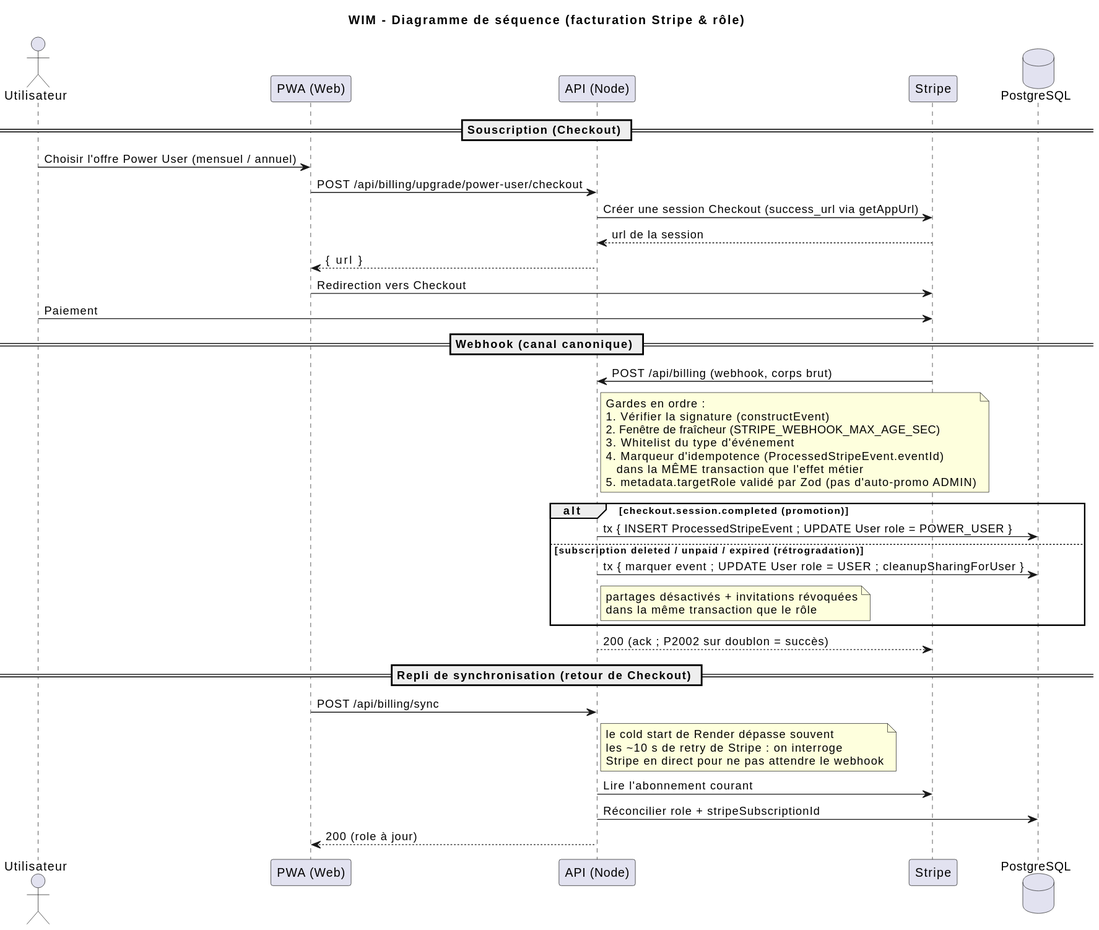
SGCSBorges/WIM keeps this PlantUML diagram as docs/uml/10-sequence-billing.svg. Above is the earlier version. Its source is kept beside it as docs/uml/10-sequence-billing.puml. Source of this version:
```plantuml
@startuml
title WIM – Diagramme de séquence (facturation Stripe & rôle)

actor "Utilisateur" as User
participant "PWA (Web)" as Web
participant "API (Node)" as API
participant "Stripe" as Stripe
database "PostgreSQL" as DB

== Souscription (Checkout) ==
User -> Web : Choisir l'offre Power User (mensuel / annuel)
Web -> API : POST /api/billing/upgrade/power-user/checkout
API -> Stripe : Créer une session Checkout (success_url via getAppUrl)
Stripe --> API : url de la session
API --> Web : { url }
Web -> Stripe : Redirection vers Checkout
User -> Stripe : Paiement

== Webhook (canal canonique) ==
Stripe -> API : POST /api/billing (webhook, corps brut)
note right of API
Gardes en ordre :
1. Vérifier la signature (constructEvent)
2. Fenêtre de fraîcheur (STRIPE_WEBHOOK_MAX_AGE_SEC)
3. Whitelist du type d'événement
4. Marqueur d'idempotence (ProcessedStripeEvent.eventId)
   dans la MÊME transaction que l'effet métier
5. metadata.targetRole validé par Zod (pas d'auto-promo ADMIN)
end note
alt checkout.session.completed (promotion)
  API -> DB : tx { INSERT ProcessedStripeEvent ; UPDATE User role = POWER_USER }
else subscription deleted / unpaid / expired (rétrogradation)
  API -> DB : tx { marquer event ; UPDATE User role = USER ; cleanupSharingForUser }
  note right of API : partages désactivés + invitations révoquées\ndans la même transaction que le rôle
end
API --> Stripe : 200 (ack ; P2002 sur doublon = succès)

== Repli de synchronisation (retour de Checkout) ==
Web -> API : POST /api/billing/sync
note right of API : le cold start de Render dépasse souvent\nles ~10 s de retry de Stripe : on interroge\nStripe en direct pour ne pas attendre le webhook
API -> Stripe : Lire l'abonnement courant
API -> DB : Réconcilier role + stripeSubscriptionId
API --> Web : 200 (role à jour)
@enduml
```
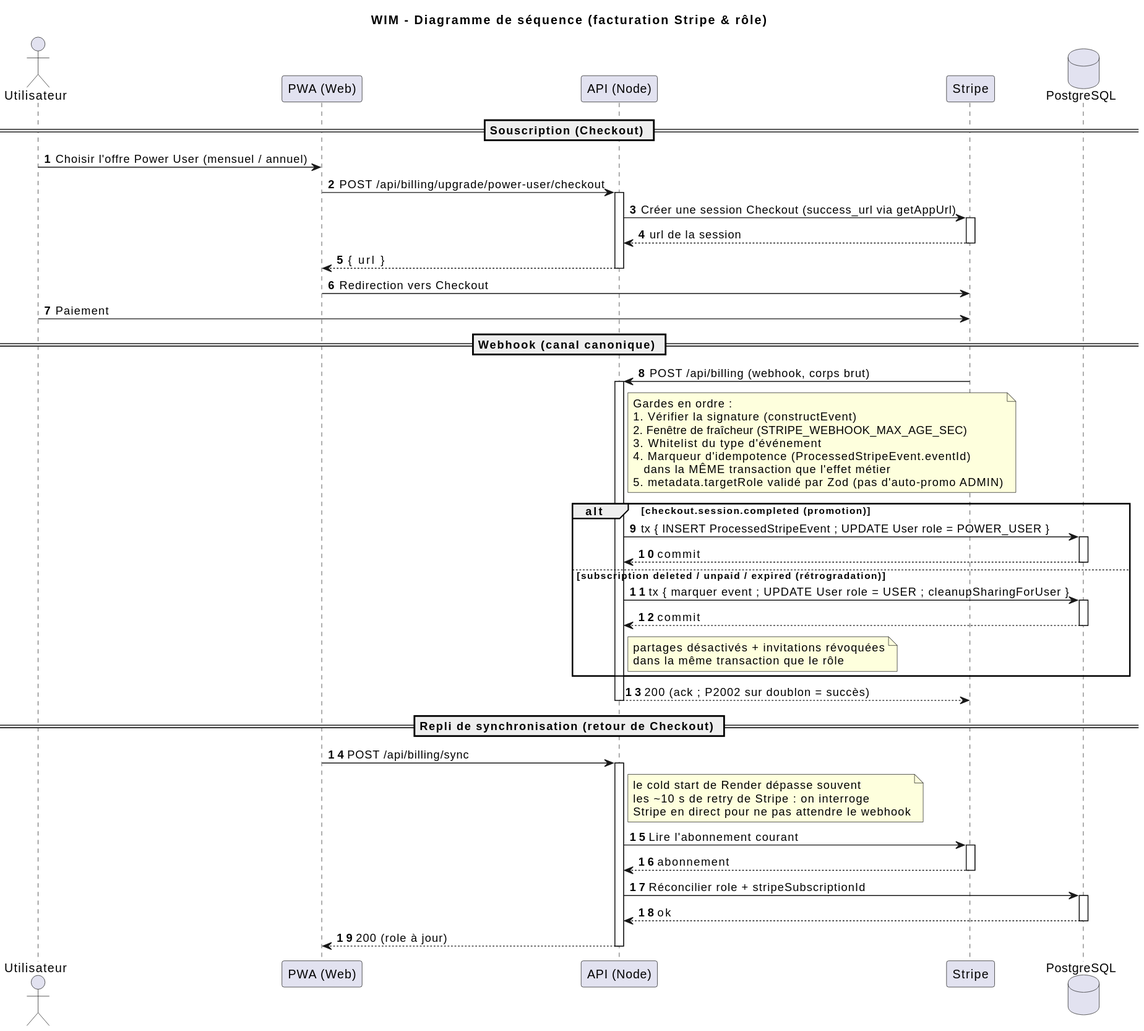
The same diagram one commit later.

What changed in the source:
```diff
@@ -1,6 +1,7 @@
 @startuml
 title WIM – Diagramme de séquence (facturation Stripe & rôle)
 
+autonumber
 actor "Utilisateur" as User
 participant "PWA (Web)" as Web
 participant "API (Node)" as API
@@ -10,14 +11,19 @@
 == Souscription (Checkout) ==
 User -> Web : Choisir l'offre Power User (mensuel / annuel)
 Web -> API : POST /api/billing/upgrade/power-user/checkout
+activate API
 API -> Stripe : Créer une session Checkout (success_url via getAppUrl)
+activate Stripe
 Stripe --> API : url de la session
+deactivate Stripe
 API --> Web : { url }
+deactivate API
 Web -> Stripe : Redirection vers Checkout
 User -> Stripe : Paiement
 
 == Webhook (canal canonique) ==
 Stripe -> API : POST /api/billing (webhook, corps brut)
+activate API
 note right of API
 Gardes en ordre :
 1. Vérifier la signature (constructEvent)
@@ -29,16 +35,31 @@
 end note
 alt checkout.session.completed (promotion)
   API -> DB : tx { INSERT ProcessedStripeEvent ; UPDATE User role = POWER_USER }
+  activate DB
+  DB --> API : commit
+  deactivate DB
 else subscription deleted / unpaid / expired (rétrogradation)
   API -> DB : tx { marquer event ; UPDATE User role = USER ; cleanupSharingForUser }
+  activate DB
+  DB --> API : commit
+  deactivate DB
   note right of API : partages désactivés + invitations révoquées\ndans la même transaction que le rôle
 end
 API --> Stripe : 200 (ack ; P2002 sur doublon = succès)
+deactivate API
 
 == Repli de synchronisation (retour de Checkout) ==
 Web -> API : POST /api/billing/sync
+activate API
 note right of API : le cold start de Render dépasse souvent\nles ~10 s de retry de Stripe : on interroge\nStripe en direct pour ne pas attendre le webhook
 API -> Stripe : Lire l'abonnement courant
+activate Stripe
+Stripe --> API : abonnement
+deactivate Stripe
 API -> DB : Réconcilier role + stripeSubscriptionId
+activate DB
+DB --> API : ok
+deactivate DB
 API --> Web : 200 (role à jour)
+deactivate API
 @enduml
```
